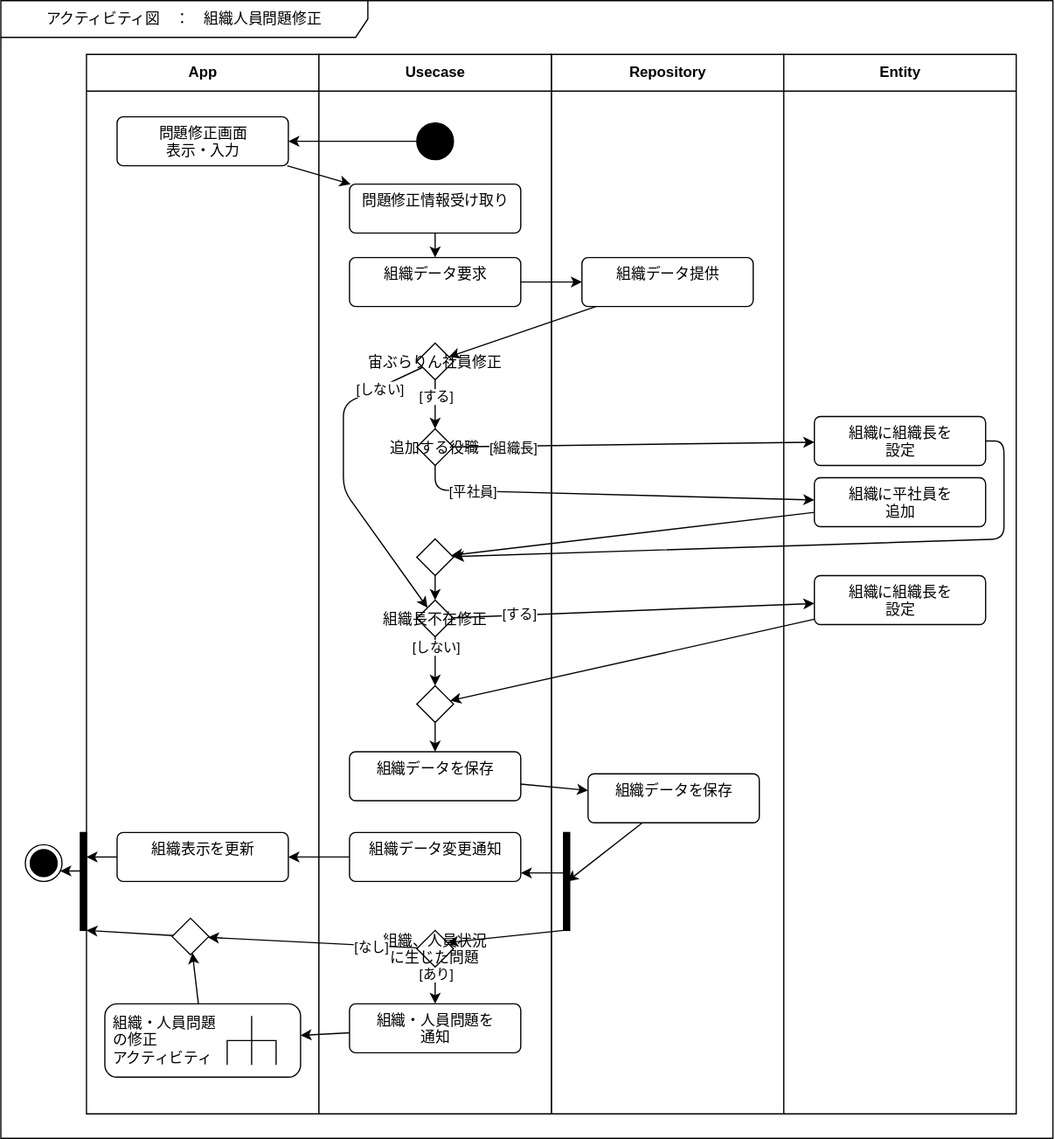
The draw.io diagram Designs/アクティビティ/組織人員問題修正.svg in bosssanovar/LightMvvmSample, before a commit. Source tidied: cells renumbered, new cells last; positions are measured from the earlier drawing's top-left corner, leaving out a move shared by most shapes. Source of this version:
```xml
<mxGraphModel>
  <root>
    <mxCell id="0" />
    <mxCell id="1" parent="0" />
    <mxCell id="2" value="アクティビティ図　：　組織人員問題修正" style="shape=umlFrame;whiteSpace=wrap;html=1;swimlaneFillColor=#FFFFFF;width=300;height=30;" parent="1" vertex="1">
      <mxGeometry width="860" height="930" as="geometry" />
    </mxCell>
    <mxCell id="3" value="Repository" style="swimlane;fontStyle=1;align=center;horizontal=1;startSize=30;html=1;swimlaneFillColor=#FFFFFF;" parent="1" vertex="1">
      <mxGeometry x="450" y="44" width="190" height="866" as="geometry" />
    </mxCell>
    <mxCell id="4" value="組織データ提供" style="html=1;align=center;verticalAlign=top;rounded=1;absoluteArcSize=1;arcSize=10;dashed=0;" parent="3" vertex="1">
      <mxGeometry x="25" y="166" width="140" height="40" as="geometry" />
    </mxCell>
    <mxCell id="5" value="組織データを保存" style="html=1;align=center;verticalAlign=top;rounded=1;absoluteArcSize=1;arcSize=10;dashed=0;" parent="3" vertex="1">
      <mxGeometry x="30" y="588" width="140" height="40" as="geometry" />
    </mxCell>
    <mxCell id="6" value="Entity" style="swimlane;fontStyle=1;align=center;horizontal=1;startSize=30;html=1;swimlaneFillColor=#FFFFFF;" parent="1" vertex="1">
      <mxGeometry x="640" y="44" width="190" height="866" as="geometry" />
    </mxCell>
    <mxCell id="7" value="組織に組織長を&lt;br&gt;設定" style="html=1;align=center;verticalAlign=top;rounded=1;absoluteArcSize=1;arcSize=10;dashed=0;" parent="6" vertex="1">
      <mxGeometry x="25" y="296" width="140" height="40" as="geometry" />
    </mxCell>
    <mxCell id="8" value="組織に平社員を&lt;br&gt;追加" style="html=1;align=center;verticalAlign=top;rounded=1;absoluteArcSize=1;arcSize=10;dashed=0;" parent="6" vertex="1">
      <mxGeometry x="25" y="346" width="140" height="40" as="geometry" />
    </mxCell>
    <mxCell id="9" value="組織に組織長を&lt;br&gt;設定" style="html=1;align=center;verticalAlign=top;rounded=1;absoluteArcSize=1;arcSize=10;dashed=0;" parent="6" vertex="1">
      <mxGeometry x="25" y="426" width="140" height="40" as="geometry" />
    </mxCell>
    <mxCell id="10" value="App" style="swimlane;fontStyle=1;align=center;horizontal=1;startSize=30;html=1;swimlaneFillColor=#FFFFFF;" parent="1" vertex="1">
      <mxGeometry x="70" y="44" width="190" height="866" as="geometry" />
    </mxCell>
    <mxCell id="11" value="問題修正画面&lt;br&gt;表示・入力" style="html=1;align=center;verticalAlign=top;rounded=1;absoluteArcSize=1;arcSize=10;dashed=0;" parent="10" vertex="1">
      <mxGeometry x="25" y="51" width="140" height="40" as="geometry" />
    </mxCell>
    <mxCell id="12" value="Usecase" style="swimlane;fontStyle=1;align=center;horizontal=1;startSize=30;html=1;swimlaneFillColor=#FFFFFF;" parent="1" vertex="1">
      <mxGeometry x="260" y="44" width="190" height="866" as="geometry" />
    </mxCell>
    <mxCell id="13" style="ellipse;fillColor=strokeColor;" parent="12" vertex="1">
      <mxGeometry x="80" y="56" width="30" height="30" as="geometry" />
    </mxCell>
    <mxCell id="14" style="edgeStyle=none;html=1;endArrow=classic;endFill=1;" parent="12" edge="1" source="15" target="16">
      <mxGeometry relative="1" as="geometry" />
    </mxCell>
    <mxCell id="15" value="問題修正情報受け取り" style="html=1;align=center;verticalAlign=top;rounded=1;absoluteArcSize=1;arcSize=10;dashed=0;" parent="12" vertex="1">
      <mxGeometry x="25" y="106" width="140" height="40" as="geometry" />
    </mxCell>
    <mxCell id="16" value="組織データ要求" style="html=1;align=center;verticalAlign=top;rounded=1;absoluteArcSize=1;arcSize=10;dashed=0;" parent="12" vertex="1">
      <mxGeometry x="25" y="166" width="140" height="40" as="geometry" />
    </mxCell>
    <mxCell id="17" style="edgeStyle=none;html=1;endArrow=classic;endFill=1;" parent="12" edge="1" source="21" target="22">
      <mxGeometry relative="1" as="geometry" />
    </mxCell>
    <mxCell id="18" value="[する]" style="edgeLabel;html=1;align=center;verticalAlign=middle;" parent="17" vertex="1">
      <mxGeometry x="-0.34" relative="1" as="geometry" />
    </mxCell>
    <mxCell id="19" style="edgeStyle=none;html=1;endArrow=classic;endFill=1;" parent="12" edge="1" source="21" target="27">
      <mxGeometry relative="1" as="geometry">
        <Array as="points">
          <mxPoint x="20" y="286" />
          <mxPoint x="20" y="356" />
        </Array>
      </mxGeometry>
    </mxCell>
    <mxCell id="20" value="[しない]" style="edgeLabel;html=1;align=center;verticalAlign=middle;" parent="19" vertex="1">
      <mxGeometry x="-0.69" y="1" relative="1" as="geometry" />
    </mxCell>
    <mxCell id="21" value="宙ぶらりん社員修正" style="rhombus;" parent="12" vertex="1">
      <mxGeometry x="80" y="236" width="30" height="30" as="geometry" />
    </mxCell>
    <mxCell id="22" value="追加する役職" style="rhombus;" parent="12" vertex="1">
      <mxGeometry x="80" y="306" width="30" height="30" as="geometry" />
    </mxCell>
    <mxCell id="23" style="edgeStyle=none;html=1;endArrow=classic;endFill=1;" parent="12" edge="1" source="24" target="27">
      <mxGeometry relative="1" as="geometry" />
    </mxCell>
    <mxCell id="24" style="rhombus;" parent="12" vertex="1">
      <mxGeometry x="80" y="396" width="30" height="30" as="geometry" />
    </mxCell>
    <mxCell id="25" style="edgeStyle=none;html=1;endArrow=classic;endFill=1;" parent="12" edge="1" source="27" target="29">
      <mxGeometry relative="1" as="geometry" />
    </mxCell>
    <mxCell id="26" value="[しない]" style="edgeLabel;html=1;align=center;verticalAlign=middle;" parent="25" vertex="1">
      <mxGeometry x="-0.6" relative="1" as="geometry" />
    </mxCell>
    <mxCell id="27" value="組織長不在修正" style="rhombus;" parent="12" vertex="1">
      <mxGeometry x="80" y="446" width="30" height="30" as="geometry" />
    </mxCell>
    <mxCell id="28" style="edgeStyle=none;html=1;endArrow=classic;endFill=1;" parent="12" edge="1" source="29" target="30">
      <mxGeometry relative="1" as="geometry" />
    </mxCell>
    <mxCell id="29" style="rhombus;" parent="12" vertex="1">
      <mxGeometry x="80" y="516" width="30" height="30" as="geometry" />
    </mxCell>
    <mxCell id="30" value="組織データを保存" style="html=1;align=center;verticalAlign=top;rounded=1;absoluteArcSize=1;arcSize=10;dashed=0;" parent="12" vertex="1">
      <mxGeometry x="25" y="570" width="140" height="40" as="geometry" />
    </mxCell>
    <mxCell id="31" style="edgeStyle=none;html=1;endArrow=classic;endFill=1;" parent="1" edge="1" source="13" target="11">
      <mxGeometry relative="1" as="geometry" />
    </mxCell>
    <mxCell id="32" style="edgeStyle=none;html=1;endArrow=classic;endFill=1;" parent="1" edge="1" source="11" target="15">
      <mxGeometry relative="1" as="geometry" />
    </mxCell>
    <mxCell id="33" style="edgeStyle=none;html=1;endArrow=classic;endFill=1;" parent="1" edge="1" source="16" target="4">
      <mxGeometry relative="1" as="geometry" />
    </mxCell>
    <mxCell id="34" style="edgeStyle=none;html=1;endArrow=classic;endFill=1;" parent="1" edge="1" source="4" target="21">
      <mxGeometry relative="1" as="geometry" />
    </mxCell>
    <mxCell id="35" style="edgeStyle=none;html=1;endArrow=classic;endFill=1;" parent="1" edge="1" source="22" target="7">
      <mxGeometry relative="1" as="geometry" />
    </mxCell>
    <mxCell id="36" value="[組織長]" style="edgeLabel;html=1;align=center;verticalAlign=middle;" parent="35" vertex="1">
      <mxGeometry x="-0.67" y="-1" relative="1" as="geometry" />
    </mxCell>
    <mxCell id="37" style="edgeStyle=none;html=1;endArrow=classic;endFill=1;" parent="1" edge="1" source="22" target="8">
      <mxGeometry relative="1" as="geometry">
        <Array as="points">
          <mxPoint x="355" y="400" />
        </Array>
      </mxGeometry>
    </mxCell>
    <mxCell id="38" value="[平社員]" style="edgeLabel;html=1;align=center;verticalAlign=middle;" parent="37" vertex="1">
      <mxGeometry x="-0.69" relative="1" as="geometry" />
    </mxCell>
    <mxCell id="39" style="edgeStyle=none;html=1;endArrow=classic;endFill=1;" parent="1" edge="1" source="8" target="24">
      <mxGeometry relative="1" as="geometry" />
    </mxCell>
    <mxCell id="40" style="edgeStyle=none;html=1;endArrow=classic;endFill=1;" parent="1" edge="1" source="7" target="24">
      <mxGeometry relative="1" as="geometry">
        <Array as="points">
          <mxPoint x="820" y="360" />
          <mxPoint x="820" y="440" />
        </Array>
      </mxGeometry>
    </mxCell>
    <mxCell id="41" style="edgeStyle=none;html=1;endArrow=classic;endFill=1;" parent="1" edge="1" source="27" target="9">
      <mxGeometry relative="1" as="geometry" />
    </mxCell>
    <mxCell id="42" value="[する]" style="edgeLabel;html=1;align=center;verticalAlign=middle;" parent="41" vertex="1">
      <mxGeometry x="-0.64" y="1" relative="1" as="geometry" />
    </mxCell>
    <mxCell id="43" style="edgeStyle=none;html=1;endArrow=classic;endFill=1;" parent="1" edge="1" source="9" target="29">
      <mxGeometry relative="1" as="geometry" />
    </mxCell>
    <mxCell id="44" style="edgeStyle=none;html=1;" parent="1" edge="1" source="5">
      <mxGeometry relative="1" as="geometry">
        <mxPoint x="463" y="720" as="targetPoint" />
      </mxGeometry>
    </mxCell>
    <mxCell id="45" style="html=1;points=[];perimeter=orthogonalPerimeter;fillColor=strokeColor;" parent="1" vertex="1">
      <mxGeometry x="460" y="680" width="5" height="80" as="geometry" />
    </mxCell>
    <mxCell id="46" style="edgeStyle=none;html=1;" parent="1" edge="1" source="47" target="48">
      <mxGeometry relative="1" as="geometry" />
    </mxCell>
    <mxCell id="47" value="組織表示を更新" style="html=1;align=center;verticalAlign=top;rounded=1;absoluteArcSize=1;arcSize=10;dashed=0;" parent="1" vertex="1">
      <mxGeometry x="95" y="680" width="140" height="40" as="geometry" />
    </mxCell>
    <mxCell id="48" style="html=1;points=[];perimeter=orthogonalPerimeter;fillColor=strokeColor;" parent="1" vertex="1">
      <mxGeometry x="65" y="680" width="5" height="80" as="geometry" />
    </mxCell>
    <mxCell id="49" style="edgeStyle=none;html=1;" parent="1" edge="1" source="50" target="48">
      <mxGeometry relative="1" as="geometry" />
    </mxCell>
    <mxCell id="50" style="rhombus;" parent="1" vertex="1">
      <mxGeometry x="140" y="750" width="30" height="30" as="geometry" />
    </mxCell>
    <mxCell id="51" style="edgeStyle=none;html=1;" parent="1" edge="1" source="52" target="50">
      <mxGeometry relative="1" as="geometry" />
    </mxCell>
    <mxCell id="52" value="組織・人員問題&lt;br&gt;の修正&lt;br&gt;アクティビティ" style="shape=mxgraph.uml25.behaviorAction;html=1;rounded=1;absoluteArcSize=1;arcSize=10;align=left;spacingLeft=5;" parent="1" vertex="1">
      <mxGeometry x="85" y="820" width="160" height="60" as="geometry" />
    </mxCell>
    <mxCell id="53" value="組織データ変更通知" style="html=1;align=center;verticalAlign=top;rounded=1;absoluteArcSize=1;arcSize=10;dashed=0;" parent="1" vertex="1">
      <mxGeometry x="285" y="680" width="140" height="40" as="geometry" />
    </mxCell>
    <mxCell id="54" style="edgeStyle=none;html=1;" parent="1" edge="1" source="56" target="57">
      <mxGeometry relative="1" as="geometry" />
    </mxCell>
    <mxCell id="55" value="[あり]" style="edgeLabel;html=1;align=center;verticalAlign=middle;" parent="54" vertex="1">
      <mxGeometry x="-0.69" relative="1" as="geometry" />
    </mxCell>
    <mxCell id="56" value="組織、人員状況&#10;に生じた問題" style="rhombus;" parent="1" vertex="1">
      <mxGeometry x="340" y="760" width="30" height="30" as="geometry" />
    </mxCell>
    <mxCell id="57" value="組織・人員問題を&lt;br&gt;通知" style="html=1;align=center;verticalAlign=top;rounded=1;absoluteArcSize=1;arcSize=10;dashed=0;" parent="1" vertex="1">
      <mxGeometry x="285" y="820" width="140" height="40" as="geometry" />
    </mxCell>
    <mxCell id="58" style="edgeStyle=none;html=1;" parent="1" edge="1" source="30" target="5">
      <mxGeometry relative="1" as="geometry" />
    </mxCell>
    <mxCell id="59" style="ellipse;html=1;shape=endState;fillColor=strokeColor;" parent="1" vertex="1">
      <mxGeometry x="20" y="690" width="30" height="30" as="geometry" />
    </mxCell>
    <mxCell id="60" style="edgeStyle=none;html=1;" parent="1" edge="1" source="53" target="47">
      <mxGeometry relative="1" as="geometry" />
    </mxCell>
    <mxCell id="61" style="edgeStyle=none;html=1;" parent="1" edge="1" source="45" target="53">
      <mxGeometry relative="1" as="geometry" />
    </mxCell>
    <mxCell id="62" style="edgeStyle=none;html=1;" parent="1" edge="1" source="45" target="56">
      <mxGeometry relative="1" as="geometry" />
    </mxCell>
    <mxCell id="63" style="edgeStyle=none;html=1;" parent="1" edge="1" source="48" target="59">
      <mxGeometry relative="1" as="geometry" />
    </mxCell>
    <mxCell id="64" style="edgeStyle=none;html=1;" parent="1" edge="1" source="56" target="50">
      <mxGeometry relative="1" as="geometry" />
    </mxCell>
    <mxCell id="65" value="[なし]" style="edgeLabel;html=1;align=center;verticalAlign=middle;" parent="64" vertex="1">
      <mxGeometry x="-0.56" y="1" relative="1" as="geometry" />
    </mxCell>
    <mxCell id="66" style="edgeStyle=none;html=1;" parent="1" edge="1" source="57" target="52">
      <mxGeometry relative="1" as="geometry" />
    </mxCell>
  </root>
</mxGraphModel>
```
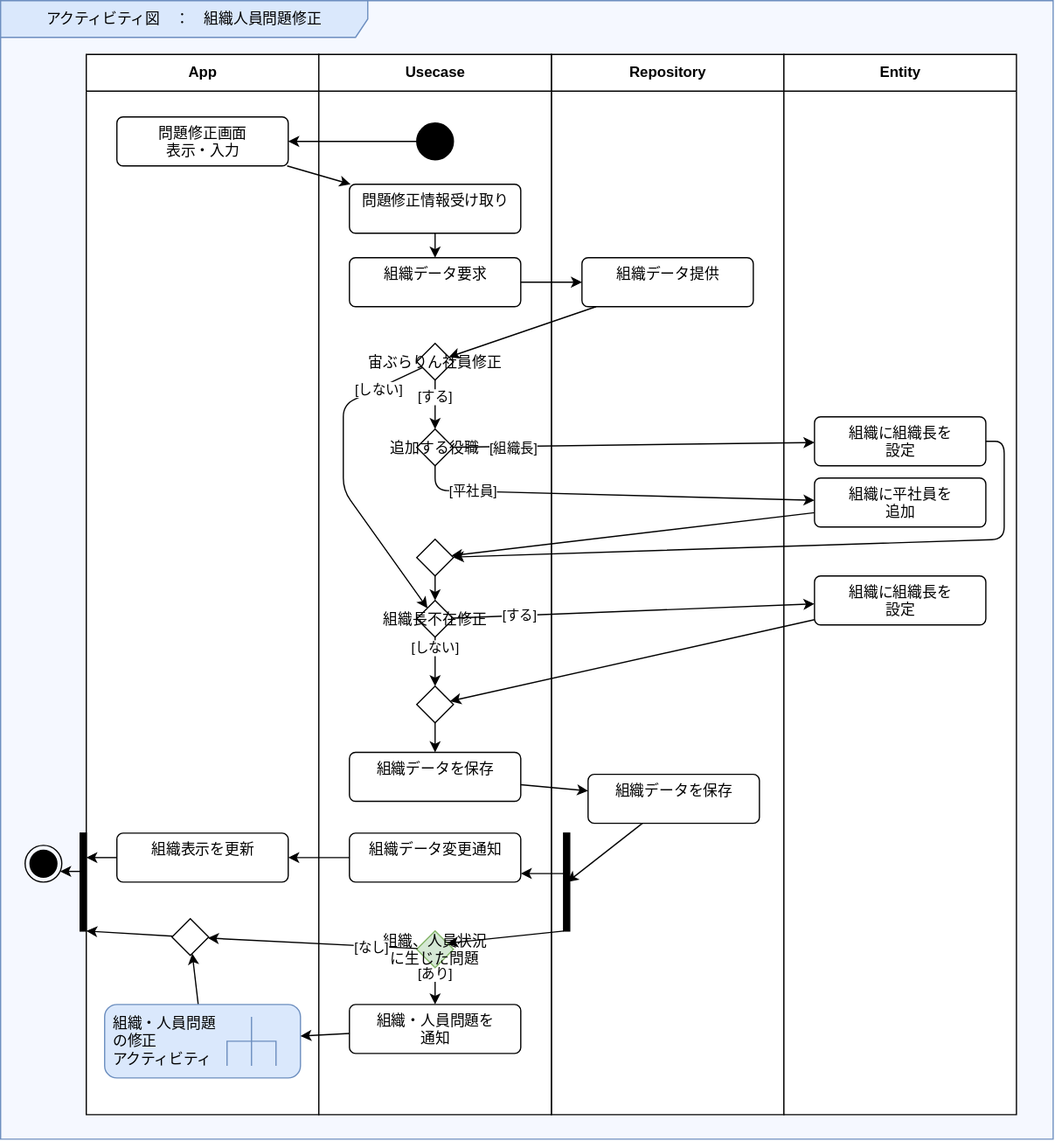
After the change.

Diff of the diagram source:
```diff
@@ -2,7 +2,7 @@
   <root>
     <mxCell id="0" />
     <mxCell id="1" parent="0" />
-    <mxCell id="2" value="アクティビティ図　：　組織人員問題修正" style="shape=umlFrame;whiteSpace=wrap;html=1;swimlaneFillColor=#FFFFFF;width=300;height=30;" parent="1" vertex="1">
+    <mxCell id="2" value="アクティビティ図　：　組織人員問題修正" style="shape=umlFrame;whiteSpace=wrap;html=1;swimlaneFillColor=#F5F8FF;width=300;height=30;fillColor=#dae8fc;strokeColor=#6c8ebf;" parent="1" vertex="1">
       <mxGeometry width="860" height="930" as="geometry" />
     </mxCell>
     <mxCell id="3" value="Repository" style="swimlane;fontStyle=1;align=center;horizontal=1;startSize=30;html=1;swimlaneFillColor=#FFFFFF;" parent="1" vertex="1">
@@ -168,7 +168,7 @@
     <mxCell id="51" style="edgeStyle=none;html=1;" parent="1" edge="1" source="52" target="50">
       <mxGeometry relative="1" as="geometry" />
     </mxCell>
-    <mxCell id="52" value="組織・人員問題&lt;br&gt;の修正&lt;br&gt;アクティビティ" style="shape=mxgraph.uml25.behaviorAction;html=1;rounded=1;absoluteArcSize=1;arcSize=10;align=left;spacingLeft=5;" parent="1" vertex="1">
+    <mxCell id="52" value="組織・人員問題&lt;br&gt;の修正&lt;br&gt;アクティビティ" style="shape=mxgraph.uml25.behaviorAction;html=1;rounded=1;absoluteArcSize=1;arcSize=10;align=left;spacingLeft=5;fillColor=#dae8fc;strokeColor=#6c8ebf;" parent="1" vertex="1">
       <mxGeometry x="85" y="820" width="160" height="60" as="geometry" />
     </mxCell>
     <mxCell id="53" value="組織データ変更通知" style="html=1;align=center;verticalAlign=top;rounded=1;absoluteArcSize=1;arcSize=10;dashed=0;" parent="1" vertex="1">
@@ -180,7 +180,7 @@
     <mxCell id="55" value="[あり]" style="edgeLabel;html=1;align=center;verticalAlign=middle;" parent="54" vertex="1">
       <mxGeometry x="-0.69" relative="1" as="geometry" />
     </mxCell>
-    <mxCell id="56" value="組織、人員状況&#10;に生じた問題" style="rhombus;" parent="1" vertex="1">
+    <mxCell id="56" value="組織、人員状況&#10;に生じた問題" style="rhombus;fillColor=#d5e8d4;strokeColor=#82b366;" parent="1" vertex="1">
       <mxGeometry x="340" y="760" width="30" height="30" as="geometry" />
     </mxCell>
     <mxCell id="57" value="組織・人員問題を&lt;br&gt;通知" style="html=1;align=center;verticalAlign=top;rounded=1;absoluteArcSize=1;arcSize=10;dashed=0;" parent="1" vertex="1">
```
